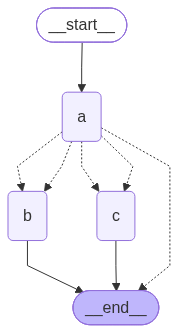
This is courses/langgraph/docs/images/05-memory.png from theresa-de-ocampo/ai-learning-lab, a Mermaid export, as it was before one commit. Its source is kept beside it as courses/langgraph/docs/mermaid-code/05-memory.mmd.
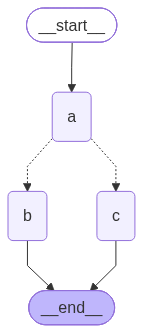
The same file after the commit.

Change to the diagram source:
```diff
@@ -10,9 +10,6 @@
 	c --> __end__;
 	a -.-> b;
 	a -.-> c;
-	a -.-> __end__;
-	a -.-> b;
-	a -.-> c;
 	classDef default fill:#f2f0ff,line-height:1.2;
 	classDef first fill-opacity:0;
 	classDef last fill:#bfb6fc;
```
